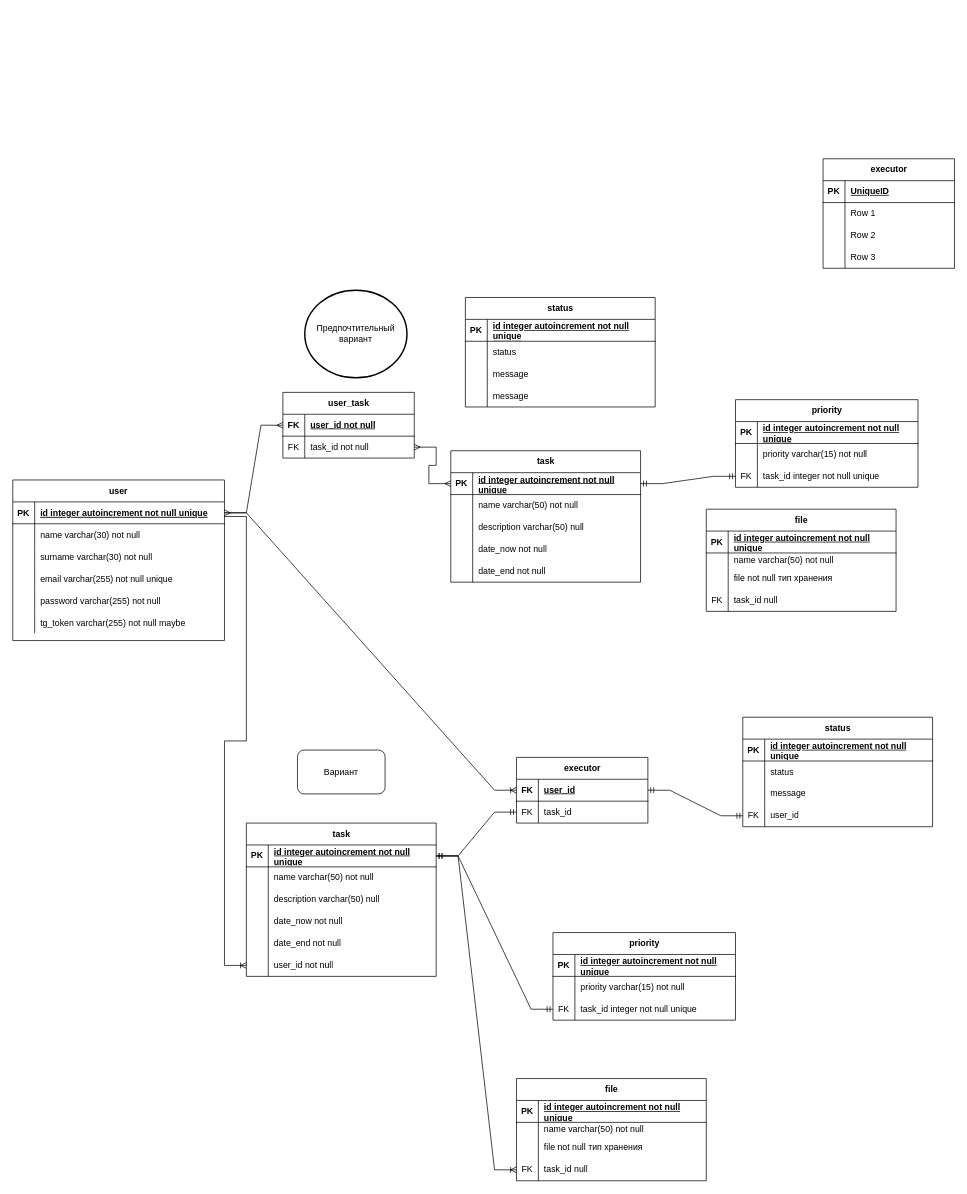
The draw.io diagram task manager.drawio in KGBT/projects, before the edit. Source tidied: cells renumbered, new cells numbered last; positions are measured from the earlier drawing's top-left corner, leaving out a move shared by most shapes. Both pictures are drawn from the tidied source at 73%, with x=0, y=0 at pixel (12, 158).
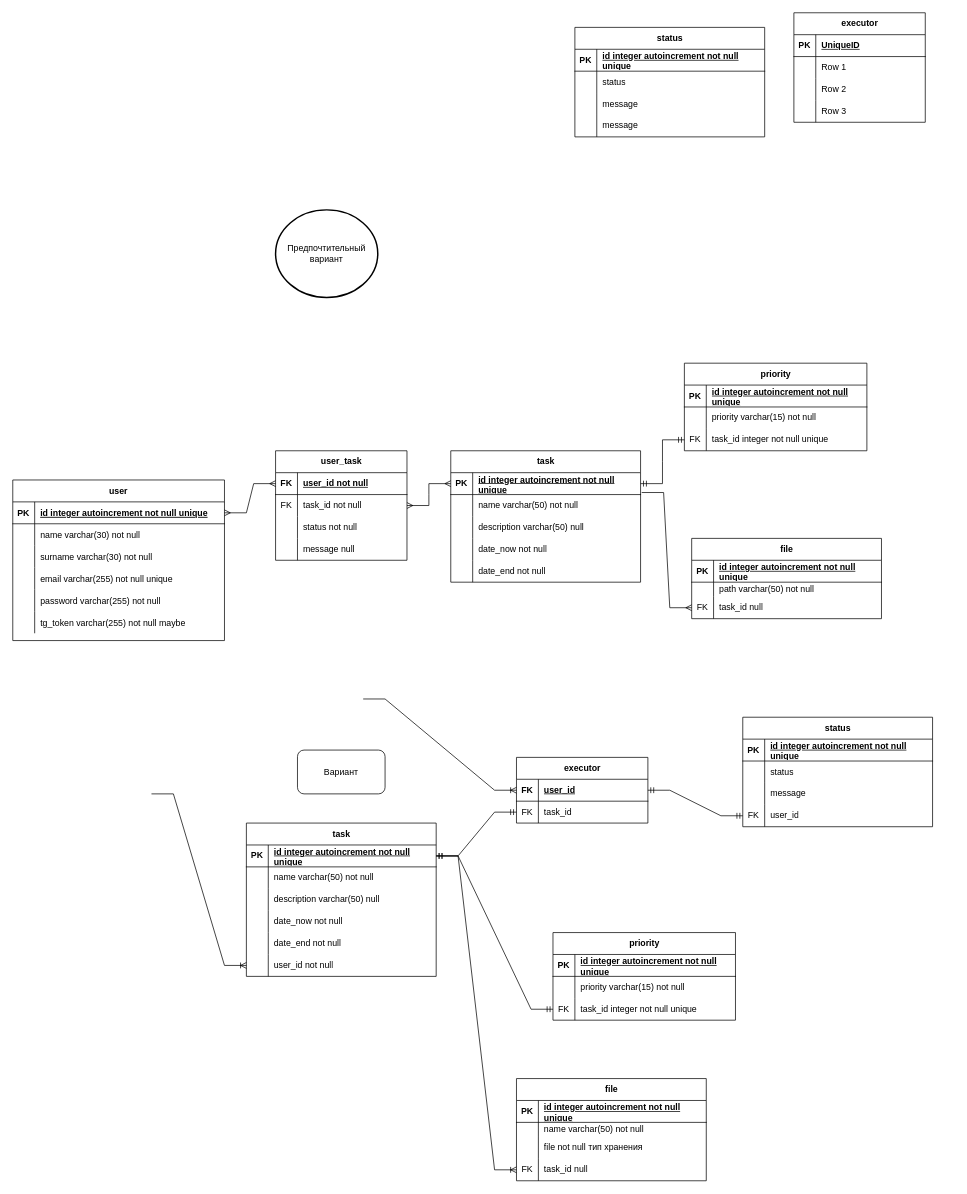
After the change.

Unchanged cells that the change refers to:
```xml
<mxCell id="3" style="shape=partialRectangle;fillColor=none;points=[[0,0.5],[1,0.5]];portConstraint=eastwest;top=0;left=0;right=0;bottom=1;" parent="2" vertex="1">
  <mxGeometry y="30" width="290" height="30" as="geometry" />
</mxCell>
<mxCell id="29" style="shape=tableRow;horizontal=0;startSize=0;swimlaneHead=0;swimlaneBody=0;fillColor=none;points=[[0,0.5],[1,0.5]];portConstraint=eastwest;top=0;left=0;right=0;bottom=1;" parent="28" vertex="1">
  <mxGeometry y="30" width="260" height="30" as="geometry" />
</mxCell>
<mxCell id="48" style="shape=tableRow;horizontal=0;startSize=0;swimlaneHead=0;swimlaneBody=0;fillColor=none;top=0;left=0;right=0;bottom=0;" parent="44" vertex="1">
  <mxGeometry y="60" width="260" height="20" as="geometry" />
</mxCell>
<mxCell id="112" style="shape=tableRow;horizontal=0;startSize=0;swimlaneHead=0;swimlaneBody=0;fillColor=none;points=[[0,0.5],[1,0.5]];portConstraint=eastwest;top=0;left=0;right=0;bottom=0;" parent="96" vertex="1">
  <mxGeometry y="180" width="260" height="30" as="geometry" />
</mxCell>
<mxCell id="154" style="shape=tableRow;horizontal=0;startSize=0;swimlaneHead=0;swimlaneBody=0;fillColor=none;points=[[0,0.5],[1,0.5]];portConstraint=eastwest;top=0;left=0;right=0;bottom=1;" parent="153" vertex="1">
  <mxGeometry y="30" width="180" height="30" as="geometry" />
</mxCell>
```

The edit, as a diff of the source:
```diff
@@
     <mxCell id="21" value="user_task" style="shape=table;startSize=30;childLayout=tableLayout;rowLines=0;fontStyle=1;align=center;html=1;" parent="1" vertex="1">
-      <mxGeometry x="370" y="320" width="180" height="90" as="geometry" />
+      <mxGeometry x="360" y="400" width="180" height="150" as="geometry" />
     </mxCell>
@@
+    <mxCell id="166" style="shape=tableRow;horizontal=0;startSize=0;swimlaneHead=0;swimlaneBody=0;fillColor=none;points=[[0,0.5],[1,0.5]];portConstraint=eastwest;top=0;left=0;right=0;bottom=0;" parent="21" vertex="1">
+      <mxGeometry y="60" width="180" height="30" as="geometry" />
+    </mxCell>
+    <mxCell id="167" value="FK" style="shape=partialRectangle;fillColor=none;top=0;left=0;bottom=0;right=0;overflow=hidden;whiteSpace=wrap;html=1;" parent="166" vertex="1">
+      <mxGeometry width="30" height="30" as="geometry" />
+    </mxCell>
+    <mxCell id="168" value="task_id not null" style="shape=partialRectangle;fillColor=none;top=0;left=0;bottom=0;right=0;align=left;spacingLeft=6;overflow=hidden;whiteSpace=wrap;html=1;" parent="166" vertex="1">
+      <mxGeometry x="30" width="150" height="30" as="geometry" />
+    </mxCell>
+    <mxCell id="169" style="shape=tableRow;horizontal=0;startSize=0;swimlaneHead=0;swimlaneBody=0;fillColor=none;top=0;left=0;right=0;bottom=0;" parent="21" vertex="1">
+      <mxGeometry y="90" width="180" height="30" as="geometry" />
+    </mxCell>
+    <mxCell id="52" style="shape=partialRectangle;fillColor=none;top=0;left=0;bottom=0;right=0;overflow=hidden;whiteSpace=wrap;html=1;" parent="169" vertex="1">
+      <mxGeometry width="30" height="30" as="geometry" />
+    </mxCell>
+    <mxCell id="170" value="status not null&lt;span style=&quot;white-space: pre;&quot;&gt;&#9;&lt;/span&gt;" style="shape=partialRectangle;fillColor=none;top=0;left=0;bottom=0;right=0;align=left;spacingLeft=6;overflow=hidden;whiteSpace=wrap;html=1;" parent="169" vertex="1">
+      <mxGeometry x="30" width="150" height="30" as="geometry" />
+    </mxCell>
     <mxCell id="25" style="shape=tableRow;horizontal=0;startSize=0;swimlaneHead=0;swimlaneBody=0;fillColor=none;points=[[0,0.5],[1,0.5]];portConstraint=eastwest;top=0;left=0;right=0;bottom=0;" parent="21" vertex="1">
-      <mxGeometry y="60" width="180" height="30" as="geometry" />
+      <mxGeometry y="120" width="180" height="30" as="geometry" />
     </mxCell>
-    <mxCell id="26" value="FK" style="shape=partialRectangle;fillColor=none;top=0;left=0;bottom=0;right=0;overflow=hidden;whiteSpace=wrap;html=1;" parent="25" vertex="1">
+    <mxCell id="26" style="shape=partialRectangle;fillColor=none;top=0;left=0;bottom=0;right=0;overflow=hidden;whiteSpace=wrap;html=1;" parent="25" vertex="1">
       <mxGeometry width="30" height="30" as="geometry" />
     </mxCell>
-    <mxCell id="27" value="task_id not null" style="shape=partialRectangle;fillColor=none;top=0;left=0;bottom=0;right=0;align=left;spacingLeft=6;overflow=hidden;whiteSpace=wrap;html=1;" parent="25" vertex="1">
+    <mxCell id="27" value="message null" style="shape=partialRectangle;fillColor=none;top=0;left=0;bottom=0;right=0;align=left;spacingLeft=6;overflow=hidden;whiteSpace=wrap;html=1;" parent="25" vertex="1">
       <mxGeometry x="30" width="150" height="30" as="geometry" />
     </mxCell>
@@
     <mxCell id="44" value="file" style="shape=table;startSize=30;childLayout=tableLayout;rowLines=0;fontStyle=1;align=center;html=1;" parent="1" vertex="1">
-      <mxGeometry x="950" y="480" width="260" height="140" as="geometry" />
+      <mxGeometry x="930" y="520" width="260" height="110" as="geometry" />
     </mxCell>
@@
-    <mxCell id="50" value="name varchar(50) not null" style="shape=partialRectangle;fillColor=none;top=0;left=0;bottom=0;right=0;align=left;spacingLeft=6;overflow=hidden;whiteSpace=wrap;html=1;" parent="48" vertex="1">
+    <mxCell id="50" value="path varchar(50) not null" style="shape=partialRectangle;fillColor=none;top=0;left=0;bottom=0;right=0;align=left;spacingLeft=6;overflow=hidden;whiteSpace=wrap;html=1;" parent="48" vertex="1">
       <mxGeometry x="30" width="230" height="20" as="geometry" />
     </mxCell>
-    <mxCell id="51" style="shape=tableRow;horizontal=0;startSize=0;swimlaneHead=0;swimlaneBody=0;fillColor=none;top=0;left=0;right=0;bottom=0;" parent="44" vertex="1">
-      <mxGeometry y="80" width="260" height="30" as="geometry" />
-    </mxCell>
-    <mxCell id="52" style="shape=partialRectangle;fillColor=none;top=0;left=0;bottom=0;right=0;overflow=hidden;whiteSpace=wrap;html=1;" parent="51" vertex="1">
-      <mxGeometry width="30" height="30" as="geometry" />
-    </mxCell>
-    <mxCell id="53" value="file not null тип хранения" style="shape=partialRectangle;fillColor=none;top=0;left=0;bottom=0;right=0;align=left;spacingLeft=6;overflow=hidden;whiteSpace=wrap;html=1;" parent="51" vertex="1">
-      <mxGeometry x="30" width="230" height="30" as="geometry" />
-    </mxCell>
     <mxCell id="54" style="shape=tableRow;horizontal=0;startSize=0;swimlaneHead=0;swimlaneBody=0;fillColor=none;points=[[0,0.5],[1,0.5]];portConstraint=eastwest;top=0;left=0;right=0;bottom=0;" parent="44" vertex="1">
-      <mxGeometry y="110" width="260" height="30" as="geometry" />
+      <mxGeometry y="80" width="260" height="30" as="geometry" />
     </mxCell>
@@
     <mxCell id="57" value="status" style="shape=table;startSize=30;childLayout=tableLayout;rowLines=0;fontStyle=1;align=center;html=1;" parent="1" vertex="1">
-      <mxGeometry x="620" y="190" width="260" height="150" as="geometry" />
+      <mxGeometry x="770" y="-180" width="260" height="150" as="geometry" />
     </mxCell>
@@
-    <mxCell id="71" style="edgeStyle=entityRelationEdgeStyle;fontSize=12;html=1;endArrow=ERmany;startArrow=ERmany;rounded=0;exitX=1;exitY=0.5;exitDx=0;exitDy=0;entryX=0;entryY=0.5;entryDx=0;entryDy=0;" parent="1" edge="1" source="25" target="29">
+    <mxCell id="71" style="edgeStyle=entityRelationEdgeStyle;fontSize=12;html=1;endArrow=ERmany;startArrow=ERmany;rounded=0;exitX=1;exitY=0.5;exitDx=0;exitDy=0;entryX=0;entryY=0.5;entryDx=0;entryDy=0;" parent="1" edge="1" source="166" target="29">
       <mxGeometry relative="1" as="geometry" />
     </mxCell>
     <mxCell id="72" value="priority" style="shape=table;startSize=30;childLayout=tableLayout;rowLines=0;fontStyle=1;align=center;html=1;" parent="1" vertex="1">
-      <mxGeometry x="990" y="330" width="250" height="120" as="geometry" />
+      <mxGeometry x="920" y="280" width="250" height="120" as="geometry" />
     </mxCell>
@@
     <mxCell id="83" value="executor" style="shape=table;startSize=30;childLayout=tableLayout;rowLines=0;fontStyle=1;align=center;html=1;" parent="1" vertex="1">
-      <mxGeometry x="1110" width="180" height="150" as="geometry" />
+      <mxGeometry x="1070" y="-200" width="180" height="150" as="geometry" />
     </mxCell>
@@
     <mxCell id="115" style="edgeStyle=entityRelationEdgeStyle;fontSize=12;html=1;endArrow=ERoneToMany;rounded=0;entryX=0;entryY=0.5;entryDx=0;entryDy=0;" parent="1" edge="1" target="112">
       <mxGeometry relative="1" as="geometry">
-        <mxPoint x="290" y="490" as="sourcePoint" />
+        <mxPoint x="190" y="870" as="sourcePoint" />
       </mxGeometry>
     </mxCell>
@@
-    <mxCell id="164" style="edgeStyle=entityRelationEdgeStyle;fontSize=12;html=1;endArrow=ERoneToMany;rounded=0;entryX=0;entryY=0.5;entryDx=0;entryDy=0;exitX=1;exitY=0.5;exitDx=0;exitDy=0;" parent="1" edge="1" source="3" target="154">
-      <mxGeometry relative="1" as="geometry" />
+    <mxCell id="164" style="edgeStyle=entityRelationEdgeStyle;fontSize=12;html=1;endArrow=ERoneToMany;rounded=0;entryX=0;entryY=0.5;entryDx=0;entryDy=0;" parent="1" edge="1" target="154">
+      <mxGeometry relative="1" as="geometry">
+        <mxPoint x="480" y="740" as="sourcePoint" />
+      </mxGeometry>
     </mxCell>
     <mxCell id="165" value="Предпочтительный вариант" style="strokeWidth=2;html=1;shape=mxgraph.flowchart.start_1;whiteSpace=wrap;" parent="1" vertex="1">
-      <mxGeometry x="400" y="180" width="140" height="120" as="geometry" />
+      <mxGeometry x="360" y="70" width="140" height="120" as="geometry" />
     </mxCell>
+    <mxCell id="171" style="edgeStyle=entityRelationEdgeStyle;fontSize=12;html=1;endArrow=ERmany;rounded=0;entryX=0;entryY=0.5;entryDx=0;entryDy=0;exitX=1.006;exitY=0.906;exitDx=0;exitDy=0;exitPerimeter=0;" parent="1" edge="1" source="29" target="54">
+      <mxGeometry relative="1" as="geometry" />
+    </mxCell>
```
